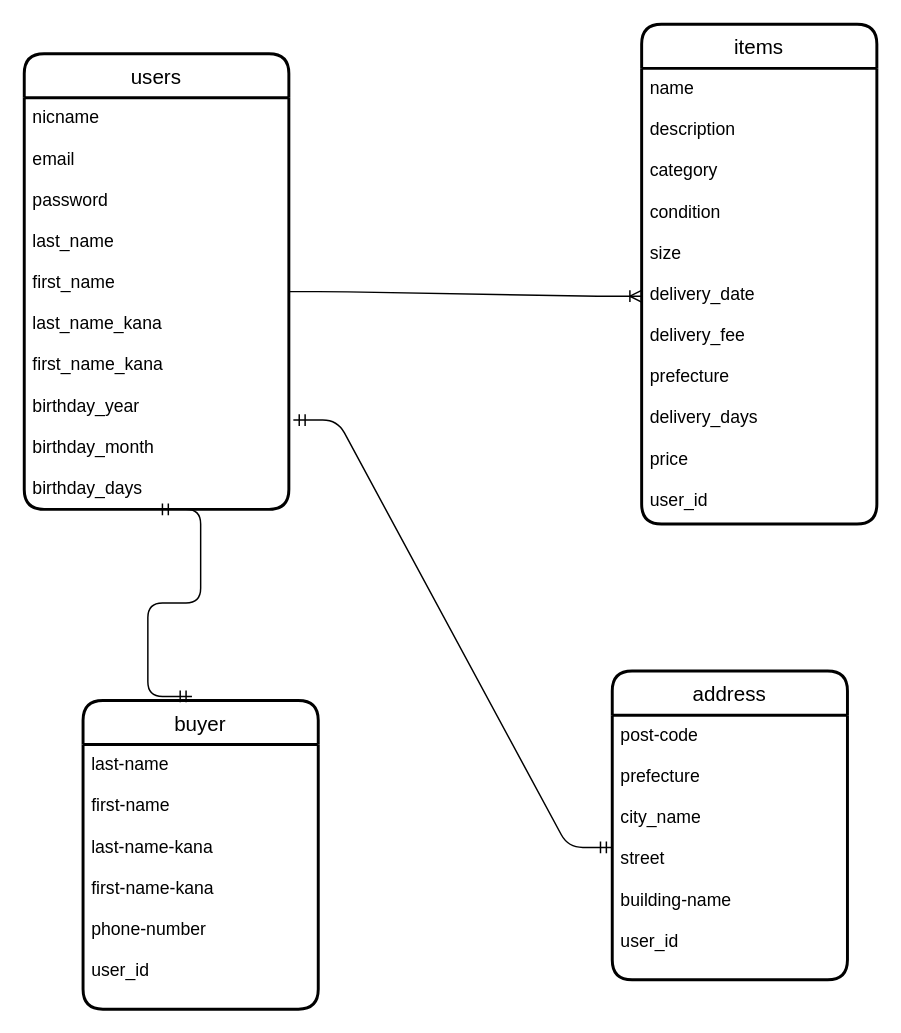
Above: furima.dio in Hatabo-chan1328/furima-34724 (draw.io), before the change. Source tidied: cells renumbered, new cells numbered last; positions are measured from the earlier drawing's top-left corner, leaving out a move shared by most shapes. Both pictures are drawn from the tidied source at 147%, with x=0, y=0 at pixel (24, 24).
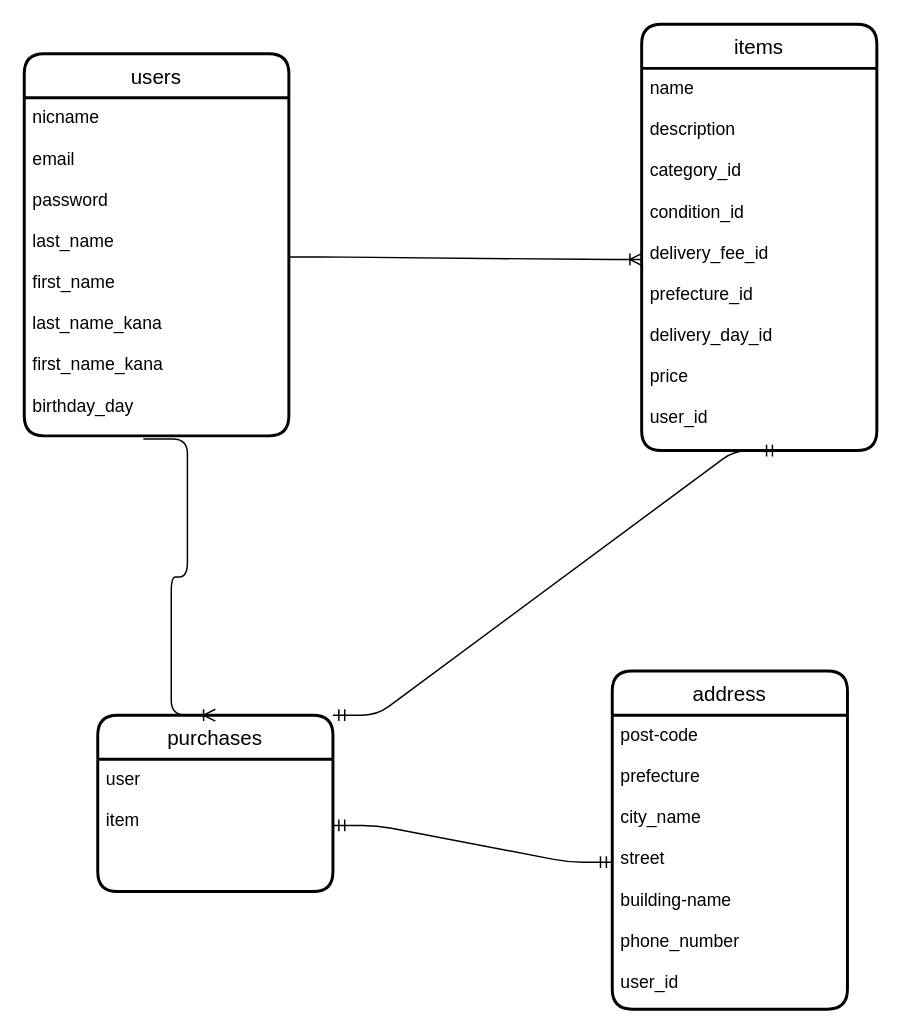
After the change.

The edit, as a diff of the source:
```diff
@@
 <mxGraphModel>
   <root>
     <mxCell id="0" />
     <mxCell id="1" parent="0" />
     <mxCell id="2" value="users" style="swimlane;horizontal=1;startSize=30;rounded=1;fontSize=14;fontStyle=0;strokeWidth=2;shadow=0;dashed=0;align=center;" parent="1" vertex="1">
-      <mxGeometry y="20" width="180" height="310" as="geometry" />
+      <mxGeometry y="20" width="180" height="260" as="geometry" />
     </mxCell>
-    <mxCell id="3" value="nicname&#10;&#10;email&#10;&#10;password&#10;&#10;last_name&#10;&#10;first_name&#10;&#10;last_name_kana&#10;&#10;first_name_kana&#10;&#10;birthday_year&#10;&#10;birthday_month&#10;&#10;birthday_days" style="align=left;strokeColor=none;fillColor=none;spacingLeft=4;fontSize=12;verticalAlign=top;" parent="2" vertex="1">
-      <mxGeometry y="30" width="180" height="280" as="geometry" />
+    <mxCell id="3" value="nicname&#10;&#10;email&#10;&#10;password&#10;&#10;last_name&#10;&#10;first_name&#10;&#10;last_name_kana&#10;&#10;first_name_kana&#10;&#10;birthday_day" style="align=left;strokeColor=none;fillColor=none;spacingLeft=4;fontSize=12;verticalAlign=top;" parent="2" vertex="1">
+      <mxGeometry y="30" width="180" height="230" as="geometry" />
     </mxCell>
     <mxCell id="4" value="items" style="swimlane;horizontal=1;startSize=30;rounded=1;fontSize=14;fontStyle=0;strokeWidth=2;shadow=0;dashed=0;align=center;" parent="1" vertex="1">
-      <mxGeometry x="420" width="160" height="340" as="geometry" />
+      <mxGeometry x="420" width="160" height="290" as="geometry" />
     </mxCell>
-    <mxCell id="5" value="name&#10;&#10;description&#10;&#10;category&#10;&#10;condition&#10;&#10;size&#10;&#10;delivery_date&#10;&#10;delivery_fee&#10;&#10;prefecture&#10;&#10;delivery_days&#10;&#10;price&#10;&#10;user_id" style="align=left;strokeColor=none;fillColor=none;spacingLeft=4;fontSize=12;verticalAlign=top;" parent="4" vertex="1">
-      <mxGeometry y="30" width="160" height="310" as="geometry" />
+    <mxCell id="5" value="name&#10;&#10;description&#10;&#10;category_id&#10;&#10;condition_id&#10;&#10;delivery_fee_id&#10;&#10;prefecture_id&#10;&#10;delivery_day_id&#10;&#10;price&#10;&#10;user_id" style="align=left;strokeColor=none;fillColor=none;spacingLeft=4;fontSize=12;verticalAlign=top;" parent="4" vertex="1">
+      <mxGeometry y="30" width="160" height="260" as="geometry" />
     </mxCell>
     <mxCell id="6" style="edgeStyle=entityRelationEdgeStyle;fontSize=12;html=1;endArrow=ERoneToMany;entryX=0;entryY=0.5;entryDx=0;entryDy=0;exitX=1;exitY=0.471;exitDx=0;exitDy=0;exitPerimeter=0;" parent="1" edge="1" source="3" target="5">
       <mxGeometry relative="1" as="geometry" />
     </mxCell>
-    <mxCell id="7" value="buyer" style="swimlane;horizontal=1;startSize=30;rounded=1;fontSize=14;fontStyle=0;strokeWidth=2;shadow=0;dashed=0;align=center;" parent="1" vertex="1">
-      <mxGeometry x="40" y="460" width="160" height="210" as="geometry" />
-    </mxCell>
-    <mxCell id="8" value="last-name&#10;&#10;first-name&#10;&#10;last-name-kana&#10;&#10;first-name-kana&#10;&#10;phone-number&#10;&#10;user_id" style="align=left;strokeColor=none;fillColor=none;spacingLeft=4;fontSize=12;verticalAlign=top;" parent="7" vertex="1">
-      <mxGeometry y="30" width="160" height="180" as="geometry" />
-    </mxCell>
-    <mxCell id="9" style="edgeStyle=entityRelationEdgeStyle;fontSize=12;html=1;endArrow=ERmandOne;startArrow=ERmandOne;entryX=0.5;entryY=1;entryDx=0;entryDy=0;exitX=0.463;exitY=-0.013;exitDx=0;exitDy=0;exitPerimeter=0;" parent="1" edge="1" source="7" target="3">
-      <mxGeometry relative="1" as="geometry" />
-    </mxCell>
     <mxCell id="10" value="address" style="swimlane;horizontal=1;startSize=30;rounded=1;fontSize=14;fontStyle=0;strokeWidth=2;shadow=0;dashed=0;align=center;" parent="1" vertex="1">
-      <mxGeometry x="400" y="440" width="160" height="210" as="geometry" />
+      <mxGeometry x="400" y="440" width="160" height="230" as="geometry" />
     </mxCell>
-    <mxCell id="11" value="post-code&#10;&#10;prefecture&#10;&#10;city_name&#10;&#10;street&#10;&#10;building-name&#10;&#10;user_id" style="align=left;strokeColor=none;fillColor=none;spacingLeft=4;fontSize=12;verticalAlign=top;" parent="10" vertex="1">
-      <mxGeometry y="30" width="160" height="180" as="geometry" />
+    <mxCell id="11" value="post-code&#10;&#10;prefecture&#10;&#10;city_name&#10;&#10;street&#10;&#10;building-name&#10;&#10;phone_number&#10;&#10;user_id" style="align=left;strokeColor=none;fillColor=none;spacingLeft=4;fontSize=12;verticalAlign=top;" parent="10" vertex="1">
+      <mxGeometry y="30" width="160" height="200" as="geometry" />
     </mxCell>
-    <mxCell id="12" style="edgeStyle=entityRelationEdgeStyle;fontSize=12;html=1;endArrow=ERmandOne;startArrow=ERmandOne;entryX=0;entryY=0.5;entryDx=0;entryDy=0;exitX=1.017;exitY=0.783;exitDx=0;exitDy=0;exitPerimeter=0;" parent="1" edge="1" source="3" target="11">
-      <mxGeometry relative="1" as="geometry" />
+    <mxCell id="12" value="purchases" style="swimlane;horizontal=1;startSize=30;rounded=1;fontSize=14;fontStyle=0;strokeWidth=2;shadow=0;dashed=0;align=center;" parent="1" vertex="1">
+      <mxGeometry x="50" y="470" width="160" height="120" as="geometry" />
     </mxCell>
+    <mxCell id="13" value="user&#10;&#10;item" style="align=left;strokeColor=none;fillColor=none;spacingLeft=4;fontSize=12;verticalAlign=top;" parent="12" vertex="1">
+      <mxGeometry y="30" width="160" height="90" as="geometry" />
+    </mxCell>
+    <mxCell id="14" style="edgeStyle=entityRelationEdgeStyle;fontSize=12;html=1;endArrow=ERoneToMany;exitX=0.45;exitY=1.009;exitDx=0;exitDy=0;exitPerimeter=0;entryX=0.5;entryY=0;entryDx=0;entryDy=0;" parent="1" edge="1" source="3" target="12">
+      <mxGeometry relative="1" as="geometry" />
+    </mxCell>
+    <mxCell id="15" style="edgeStyle=entityRelationEdgeStyle;fontSize=12;html=1;endArrow=ERmandOne;startArrow=ERmandOne;entryX=0.581;entryY=1;entryDx=0;entryDy=0;entryPerimeter=0;exitX=1;exitY=0;exitDx=0;exitDy=0;" parent="1" edge="1" source="12" target="5">
+      <mxGeometry relative="1" as="geometry" />
+    </mxCell>
+    <mxCell id="16" style="edgeStyle=entityRelationEdgeStyle;fontSize=12;html=1;endArrow=ERmandOne;startArrow=ERmandOne;entryX=0;entryY=0.5;entryDx=0;entryDy=0;exitX=1;exitY=0.5;exitDx=0;exitDy=0;" parent="1" edge="1" source="13" target="11">
+      <mxGeometry relative="1" as="geometry" />
+    </mxCell>
   </root>
 </mxGraphModel>
```
